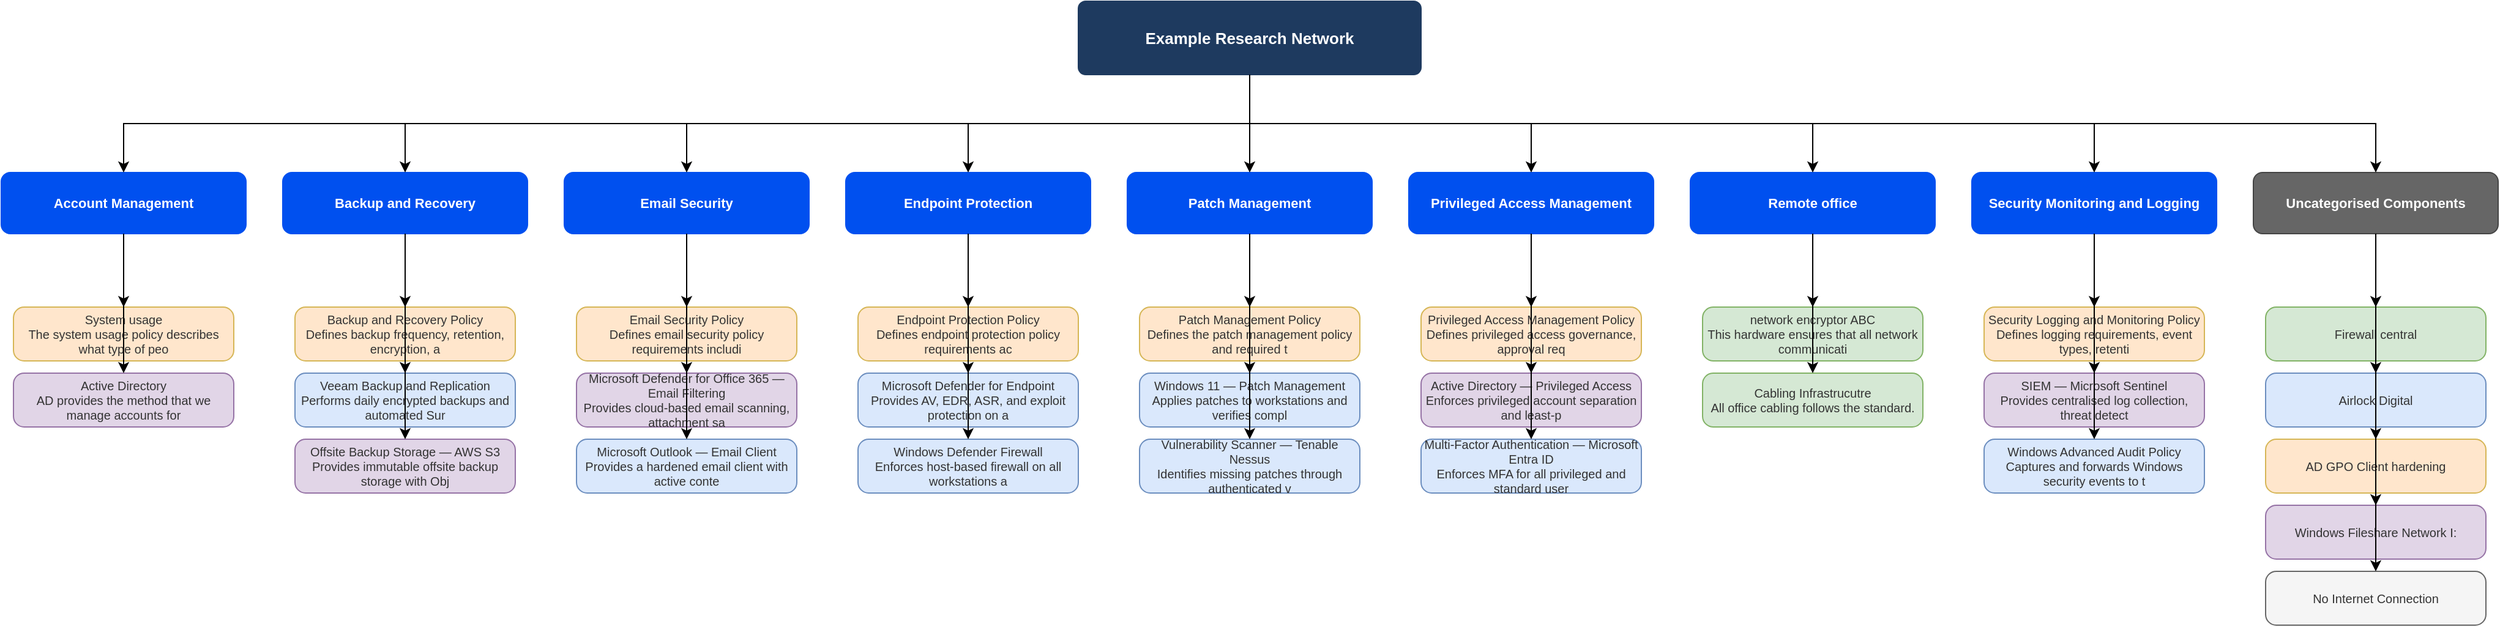
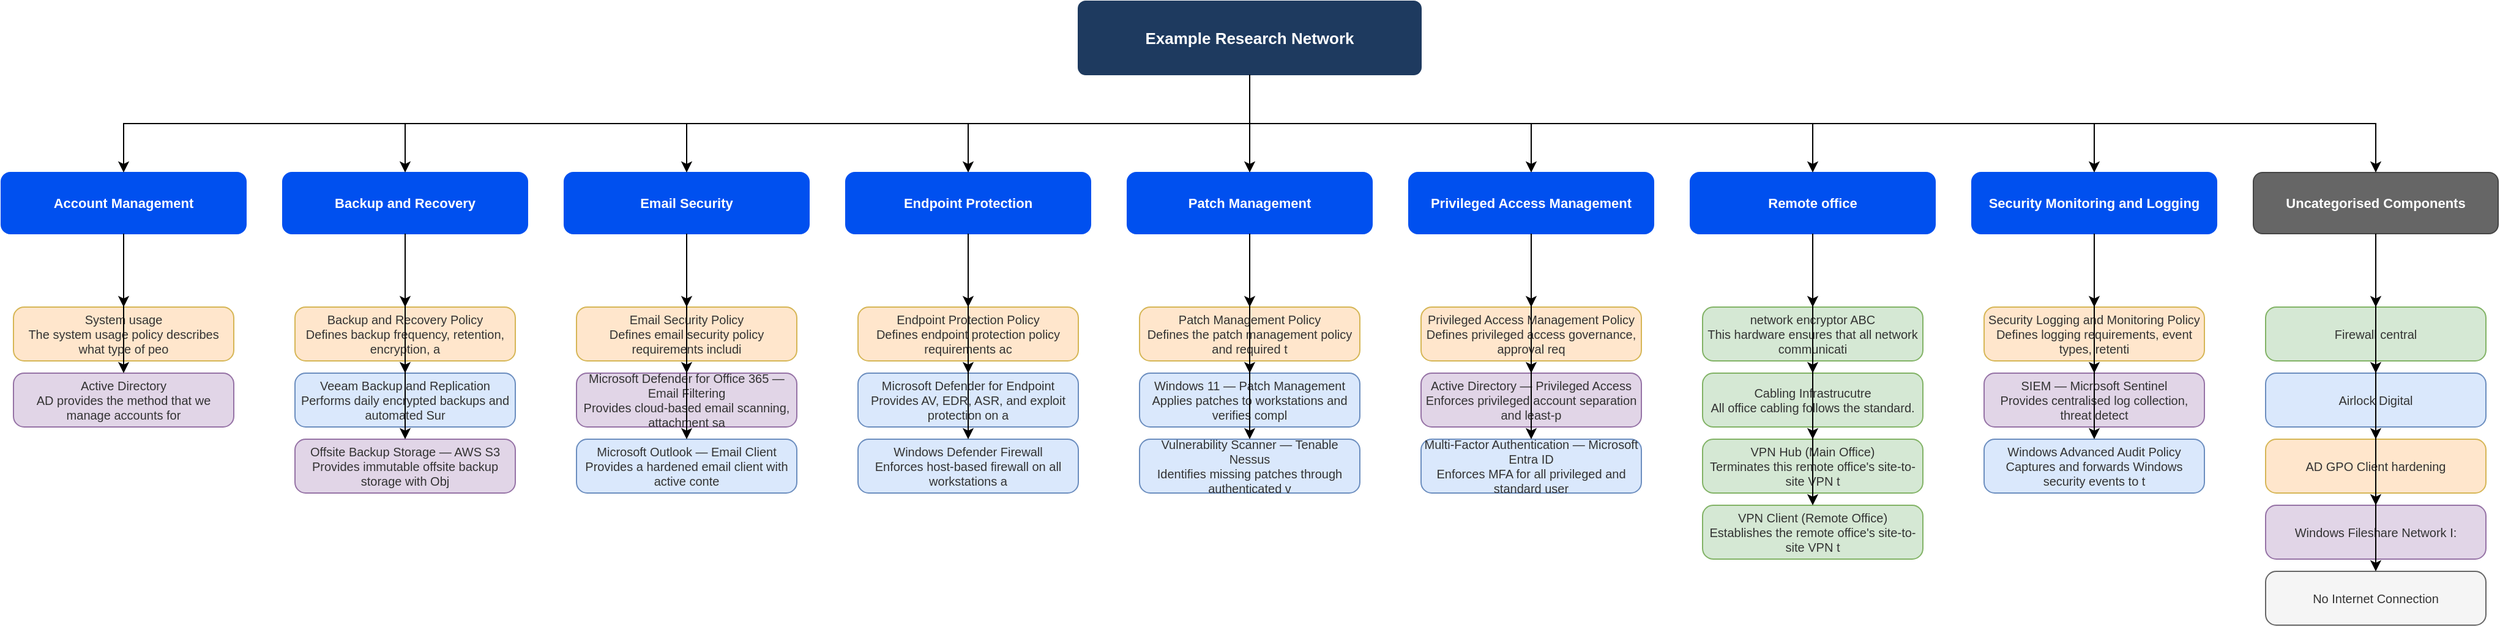
<mxGraphModel dx="1422" dy="762" grid="1" gridSize="10" guides="1" tooltips="1" connect="1" arrows="1" fold="1" page="1" pageScale="1" pageWidth="1169" pageHeight="827" math="0" shadow="0">
  <root>
    <mxCell id="0" />
    <mxCell id="1" parent="0" />
    <mxCell id="3" value="Example Research Network" style="rounded=1;whiteSpace=wrap;html=1;arcSize=10;fillColor=#1e3a5f;strokeColor=#1e3a5f;fontColor=#ffffff;fontSize=13;fontStyle=1;" vertex="1" parent="1">
      <mxGeometry x="920" y="40" width="280" height="60" as="geometry" />
    </mxCell>
    <mxCell id="4" value="Account Management" style="rounded=1;whiteSpace=wrap;html=1;arcSize=15;fillColor=#0050ef;strokeColor=#0050ef;fontColor=#ffffff;fontSize=11;fontStyle=1;" vertex="1" parent="1">
      <mxGeometry x="40" y="180" width="200" height="50" as="geometry" />
    </mxCell>
    <mxCell id="5" value="" style="edgeStyle=orthogonalEdgeStyle;rounded=0;orthogonalLoop=1;jettySize=auto;exitX=0.5;exitY=1;exitDx=0;exitDy=0;entryX=0.5;entryY=0;entryDx=0;entryDy=0;" edge="1" source="3" target="4" parent="1">
      <mxGeometry relative="1" as="geometry" />
    </mxCell>
    <mxCell id="6" value="System usage&#10;The system usage policy describes what type of peo" style="fillColor=#FFE6CC;strokeColor=#d6b656;fontColor=#333333;rounded=1;whiteSpace=wrap;html=1;arcSize=20;fontSize=10;" vertex="1" parent="1">
      <mxGeometry x="50" y="290" width="180" height="44" as="geometry" />
    </mxCell>
    <mxCell id="7" value="" style="edgeStyle=orthogonalEdgeStyle;rounded=0;orthogonalLoop=1;jettySize=auto;exitX=0.5;exitY=1;exitDx=0;exitDy=0;entryX=0.5;entryY=0;entryDx=0;entryDy=0;" edge="1" source="4" target="6" parent="1">
      <mxGeometry relative="1" as="geometry" />
    </mxCell>
    <mxCell id="8" value="Active Directory&#10;AD provides the method that we manage accounts for" style="fillColor=#E1D5E7;strokeColor=#9673a6;fontColor=#333333;rounded=1;whiteSpace=wrap;html=1;arcSize=20;fontSize=10;" vertex="1" parent="1">
      <mxGeometry x="50" y="344" width="180" height="44" as="geometry" />
    </mxCell>
    <mxCell id="9" value="" style="edgeStyle=orthogonalEdgeStyle;rounded=0;orthogonalLoop=1;jettySize=auto;exitX=0.5;exitY=1;exitDx=0;exitDy=0;entryX=0.5;entryY=0;entryDx=0;entryDy=0;" edge="1" source="4" target="8" parent="1">
      <mxGeometry relative="1" as="geometry" />
    </mxCell>
    <mxCell id="10" value="Backup and Recovery" style="rounded=1;whiteSpace=wrap;html=1;arcSize=15;fillColor=#0050ef;strokeColor=#0050ef;fontColor=#ffffff;fontSize=11;fontStyle=1;" vertex="1" parent="1">
      <mxGeometry x="270" y="180" width="200" height="50" as="geometry" />
    </mxCell>
    <mxCell id="11" value="" style="edgeStyle=orthogonalEdgeStyle;rounded=0;orthogonalLoop=1;jettySize=auto;exitX=0.5;exitY=1;exitDx=0;exitDy=0;entryX=0.5;entryY=0;entryDx=0;entryDy=0;" edge="1" source="3" target="10" parent="1">
      <mxGeometry relative="1" as="geometry" />
    </mxCell>
    <mxCell id="12" value="Backup and Recovery Policy&#10;Defines backup frequency, retention, encryption, a" style="fillColor=#FFE6CC;strokeColor=#d6b656;fontColor=#333333;rounded=1;whiteSpace=wrap;html=1;arcSize=20;fontSize=10;" vertex="1" parent="1">
      <mxGeometry x="280" y="290" width="180" height="44" as="geometry" />
    </mxCell>
    <mxCell id="13" value="" style="edgeStyle=orthogonalEdgeStyle;rounded=0;orthogonalLoop=1;jettySize=auto;exitX=0.5;exitY=1;exitDx=0;exitDy=0;entryX=0.5;entryY=0;entryDx=0;entryDy=0;" edge="1" source="10" target="12" parent="1">
      <mxGeometry relative="1" as="geometry" />
    </mxCell>
    <mxCell id="14" value="Veeam Backup and Replication&#10;Performs daily encrypted backups and automated Sur" style="fillColor=#DAE8FC;strokeColor=#6c8ebf;fontColor=#333333;rounded=1;whiteSpace=wrap;html=1;arcSize=20;fontSize=10;" vertex="1" parent="1">
      <mxGeometry x="280" y="344" width="180" height="44" as="geometry" />
    </mxCell>
    <mxCell id="15" value="" style="edgeStyle=orthogonalEdgeStyle;rounded=0;orthogonalLoop=1;jettySize=auto;exitX=0.5;exitY=1;exitDx=0;exitDy=0;entryX=0.5;entryY=0;entryDx=0;entryDy=0;" edge="1" source="10" target="14" parent="1">
      <mxGeometry relative="1" as="geometry" />
    </mxCell>
    <mxCell id="16" value="Offsite Backup Storage — AWS S3&#10;Provides immutable offsite backup storage with Obj" style="fillColor=#E1D5E7;strokeColor=#9673a6;fontColor=#333333;rounded=1;whiteSpace=wrap;html=1;arcSize=20;fontSize=10;" vertex="1" parent="1">
      <mxGeometry x="280" y="398" width="180" height="44" as="geometry" />
    </mxCell>
    <mxCell id="17" value="" style="edgeStyle=orthogonalEdgeStyle;rounded=0;orthogonalLoop=1;jettySize=auto;exitX=0.5;exitY=1;exitDx=0;exitDy=0;entryX=0.5;entryY=0;entryDx=0;entryDy=0;" edge="1" source="10" target="16" parent="1">
      <mxGeometry relative="1" as="geometry" />
    </mxCell>
    <mxCell id="18" value="Email Security" style="rounded=1;whiteSpace=wrap;html=1;arcSize=15;fillColor=#0050ef;strokeColor=#0050ef;fontColor=#ffffff;fontSize=11;fontStyle=1;" vertex="1" parent="1">
      <mxGeometry x="500" y="180" width="200" height="50" as="geometry" />
    </mxCell>
    <mxCell id="19" value="" style="edgeStyle=orthogonalEdgeStyle;rounded=0;orthogonalLoop=1;jettySize=auto;exitX=0.5;exitY=1;exitDx=0;exitDy=0;entryX=0.5;entryY=0;entryDx=0;entryDy=0;" edge="1" source="3" target="18" parent="1">
      <mxGeometry relative="1" as="geometry" />
    </mxCell>
    <mxCell id="20" value="Email Security Policy&#10;Defines email security policy requirements includi" style="fillColor=#FFE6CC;strokeColor=#d6b656;fontColor=#333333;rounded=1;whiteSpace=wrap;html=1;arcSize=20;fontSize=10;" vertex="1" parent="1">
      <mxGeometry x="510" y="290" width="180" height="44" as="geometry" />
    </mxCell>
    <mxCell id="21" value="" style="edgeStyle=orthogonalEdgeStyle;rounded=0;orthogonalLoop=1;jettySize=auto;exitX=0.5;exitY=1;exitDx=0;exitDy=0;entryX=0.5;entryY=0;entryDx=0;entryDy=0;" edge="1" source="18" target="20" parent="1">
      <mxGeometry relative="1" as="geometry" />
    </mxCell>
    <mxCell id="22" value="Microsoft Defender for Office 365 — Email Filtering&#10;Provides cloud-based email scanning, attachment sa" style="fillColor=#E1D5E7;strokeColor=#9673a6;fontColor=#333333;rounded=1;whiteSpace=wrap;html=1;arcSize=20;fontSize=10;" vertex="1" parent="1">
      <mxGeometry x="510" y="344" width="180" height="44" as="geometry" />
    </mxCell>
    <mxCell id="23" value="" style="edgeStyle=orthogonalEdgeStyle;rounded=0;orthogonalLoop=1;jettySize=auto;exitX=0.5;exitY=1;exitDx=0;exitDy=0;entryX=0.5;entryY=0;entryDx=0;entryDy=0;" edge="1" source="18" target="22" parent="1">
      <mxGeometry relative="1" as="geometry" />
    </mxCell>
    <mxCell id="24" value="Microsoft Outlook — Email Client&#10;Provides a hardened email client with active conte" style="fillColor=#DAE8FC;strokeColor=#6c8ebf;fontColor=#333333;rounded=1;whiteSpace=wrap;html=1;arcSize=20;fontSize=10;" vertex="1" parent="1">
      <mxGeometry x="510" y="398" width="180" height="44" as="geometry" />
    </mxCell>
    <mxCell id="25" value="" style="edgeStyle=orthogonalEdgeStyle;rounded=0;orthogonalLoop=1;jettySize=auto;exitX=0.5;exitY=1;exitDx=0;exitDy=0;entryX=0.5;entryY=0;entryDx=0;entryDy=0;" edge="1" source="18" target="24" parent="1">
      <mxGeometry relative="1" as="geometry" />
    </mxCell>
    <mxCell id="26" value="Endpoint Protection" style="rounded=1;whiteSpace=wrap;html=1;arcSize=15;fillColor=#0050ef;strokeColor=#0050ef;fontColor=#ffffff;fontSize=11;fontStyle=1;" vertex="1" parent="1">
      <mxGeometry x="730" y="180" width="200" height="50" as="geometry" />
    </mxCell>
    <mxCell id="27" value="" style="edgeStyle=orthogonalEdgeStyle;rounded=0;orthogonalLoop=1;jettySize=auto;exitX=0.5;exitY=1;exitDx=0;exitDy=0;entryX=0.5;entryY=0;entryDx=0;entryDy=0;" edge="1" source="3" target="26" parent="1">
      <mxGeometry relative="1" as="geometry" />
    </mxCell>
    <mxCell id="28" value="Endpoint Protection Policy&#10;Defines endpoint protection policy requirements ac" style="fillColor=#FFE6CC;strokeColor=#d6b656;fontColor=#333333;rounded=1;whiteSpace=wrap;html=1;arcSize=20;fontSize=10;" vertex="1" parent="1">
      <mxGeometry x="740" y="290" width="180" height="44" as="geometry" />
    </mxCell>
    <mxCell id="29" value="" style="edgeStyle=orthogonalEdgeStyle;rounded=0;orthogonalLoop=1;jettySize=auto;exitX=0.5;exitY=1;exitDx=0;exitDy=0;entryX=0.5;entryY=0;entryDx=0;entryDy=0;" edge="1" source="26" target="28" parent="1">
      <mxGeometry relative="1" as="geometry" />
    </mxCell>
    <mxCell id="30" value="Microsoft Defender for Endpoint&#10;Provides AV, EDR, ASR, and exploit protection on a" style="fillColor=#DAE8FC;strokeColor=#6c8ebf;fontColor=#333333;rounded=1;whiteSpace=wrap;html=1;arcSize=20;fontSize=10;" vertex="1" parent="1">
      <mxGeometry x="740" y="344" width="180" height="44" as="geometry" />
    </mxCell>
    <mxCell id="31" value="" style="edgeStyle=orthogonalEdgeStyle;rounded=0;orthogonalLoop=1;jettySize=auto;exitX=0.5;exitY=1;exitDx=0;exitDy=0;entryX=0.5;entryY=0;entryDx=0;entryDy=0;" edge="1" source="26" target="30" parent="1">
      <mxGeometry relative="1" as="geometry" />
    </mxCell>
    <mxCell id="32" value="Windows Defender Firewall&#10;Enforces host-based firewall on all workstations a" style="fillColor=#DAE8FC;strokeColor=#6c8ebf;fontColor=#333333;rounded=1;whiteSpace=wrap;html=1;arcSize=20;fontSize=10;" vertex="1" parent="1">
      <mxGeometry x="740" y="398" width="180" height="44" as="geometry" />
    </mxCell>
    <mxCell id="33" value="" style="edgeStyle=orthogonalEdgeStyle;rounded=0;orthogonalLoop=1;jettySize=auto;exitX=0.5;exitY=1;exitDx=0;exitDy=0;entryX=0.5;entryY=0;entryDx=0;entryDy=0;" edge="1" source="26" target="32" parent="1">
      <mxGeometry relative="1" as="geometry" />
    </mxCell>
    <mxCell id="34" value="Patch Management" style="rounded=1;whiteSpace=wrap;html=1;arcSize=15;fillColor=#0050ef;strokeColor=#0050ef;fontColor=#ffffff;fontSize=11;fontStyle=1;" vertex="1" parent="1">
      <mxGeometry x="960" y="180" width="200" height="50" as="geometry" />
    </mxCell>
    <mxCell id="35" value="" style="edgeStyle=orthogonalEdgeStyle;rounded=0;orthogonalLoop=1;jettySize=auto;exitX=0.5;exitY=1;exitDx=0;exitDy=0;entryX=0.5;entryY=0;entryDx=0;entryDy=0;" edge="1" source="3" target="34" parent="1">
      <mxGeometry relative="1" as="geometry" />
    </mxCell>
    <mxCell id="36" value="Patch Management Policy&#10;Defines the patch management policy and required t" style="fillColor=#FFE6CC;strokeColor=#d6b656;fontColor=#333333;rounded=1;whiteSpace=wrap;html=1;arcSize=20;fontSize=10;" vertex="1" parent="1">
      <mxGeometry x="970" y="290" width="180" height="44" as="geometry" />
    </mxCell>
    <mxCell id="37" value="" style="edgeStyle=orthogonalEdgeStyle;rounded=0;orthogonalLoop=1;jettySize=auto;exitX=0.5;exitY=1;exitDx=0;exitDy=0;entryX=0.5;entryY=0;entryDx=0;entryDy=0;" edge="1" source="34" target="36" parent="1">
      <mxGeometry relative="1" as="geometry" />
    </mxCell>
    <mxCell id="38" value="Windows 11 — Patch Management&#10;Applies patches to workstations and verifies compl" style="fillColor=#DAE8FC;strokeColor=#6c8ebf;fontColor=#333333;rounded=1;whiteSpace=wrap;html=1;arcSize=20;fontSize=10;" vertex="1" parent="1">
      <mxGeometry x="970" y="344" width="180" height="44" as="geometry" />
    </mxCell>
    <mxCell id="39" value="" style="edgeStyle=orthogonalEdgeStyle;rounded=0;orthogonalLoop=1;jettySize=auto;exitX=0.5;exitY=1;exitDx=0;exitDy=0;entryX=0.5;entryY=0;entryDx=0;entryDy=0;" edge="1" source="34" target="38" parent="1">
      <mxGeometry relative="1" as="geometry" />
    </mxCell>
    <mxCell id="40" value="Vulnerability Scanner — Tenable Nessus&#10;Identifies missing patches through authenticated v" style="fillColor=#DAE8FC;strokeColor=#6c8ebf;fontColor=#333333;rounded=1;whiteSpace=wrap;html=1;arcSize=20;fontSize=10;" vertex="1" parent="1">
      <mxGeometry x="970" y="398" width="180" height="44" as="geometry" />
    </mxCell>
    <mxCell id="41" value="" style="edgeStyle=orthogonalEdgeStyle;rounded=0;orthogonalLoop=1;jettySize=auto;exitX=0.5;exitY=1;exitDx=0;exitDy=0;entryX=0.5;entryY=0;entryDx=0;entryDy=0;" edge="1" source="34" target="40" parent="1">
      <mxGeometry relative="1" as="geometry" />
    </mxCell>
    <mxCell id="42" value="Privileged Access Management" style="rounded=1;whiteSpace=wrap;html=1;arcSize=15;fillColor=#0050ef;strokeColor=#0050ef;fontColor=#ffffff;fontSize=11;fontStyle=1;" vertex="1" parent="1">
      <mxGeometry x="1190" y="180" width="200" height="50" as="geometry" />
    </mxCell>
    <mxCell id="43" value="" style="edgeStyle=orthogonalEdgeStyle;rounded=0;orthogonalLoop=1;jettySize=auto;exitX=0.5;exitY=1;exitDx=0;exitDy=0;entryX=0.5;entryY=0;entryDx=0;entryDy=0;" edge="1" source="3" target="42" parent="1">
      <mxGeometry relative="1" as="geometry" />
    </mxCell>
    <mxCell id="44" value="Privileged Access Management Policy&#10;Defines privileged access governance, approval req" style="fillColor=#FFE6CC;strokeColor=#d6b656;fontColor=#333333;rounded=1;whiteSpace=wrap;html=1;arcSize=20;fontSize=10;" vertex="1" parent="1">
      <mxGeometry x="1200" y="290" width="180" height="44" as="geometry" />
    </mxCell>
    <mxCell id="45" value="" style="edgeStyle=orthogonalEdgeStyle;rounded=0;orthogonalLoop=1;jettySize=auto;exitX=0.5;exitY=1;exitDx=0;exitDy=0;entryX=0.5;entryY=0;entryDx=0;entryDy=0;" edge="1" source="42" target="44" parent="1">
      <mxGeometry relative="1" as="geometry" />
    </mxCell>
    <mxCell id="46" value="Active Directory — Privileged Access&#10;Enforces privileged account separation and least-p" style="fillColor=#E1D5E7;strokeColor=#9673a6;fontColor=#333333;rounded=1;whiteSpace=wrap;html=1;arcSize=20;fontSize=10;" vertex="1" parent="1">
      <mxGeometry x="1200" y="344" width="180" height="44" as="geometry" />
    </mxCell>
    <mxCell id="47" value="" style="edgeStyle=orthogonalEdgeStyle;rounded=0;orthogonalLoop=1;jettySize=auto;exitX=0.5;exitY=1;exitDx=0;exitDy=0;entryX=0.5;entryY=0;entryDx=0;entryDy=0;" edge="1" source="42" target="46" parent="1">
      <mxGeometry relative="1" as="geometry" />
    </mxCell>
    <mxCell id="48" value="Multi-Factor Authentication — Microsoft Entra ID&#10;Enforces MFA for all privileged and standard user " style="fillColor=#DAE8FC;strokeColor=#6c8ebf;fontColor=#333333;rounded=1;whiteSpace=wrap;html=1;arcSize=20;fontSize=10;" vertex="1" parent="1">
      <mxGeometry x="1200" y="398" width="180" height="44" as="geometry" />
    </mxCell>
    <mxCell id="49" value="" style="edgeStyle=orthogonalEdgeStyle;rounded=0;orthogonalLoop=1;jettySize=auto;exitX=0.5;exitY=1;exitDx=0;exitDy=0;entryX=0.5;entryY=0;entryDx=0;entryDy=0;" edge="1" source="42" target="48" parent="1">
      <mxGeometry relative="1" as="geometry" />
    </mxCell>
    <mxCell id="50" value="Remote office" style="rounded=1;whiteSpace=wrap;html=1;arcSize=15;fillColor=#0050ef;strokeColor=#0050ef;fontColor=#ffffff;fontSize=11;fontStyle=1;" vertex="1" parent="1">
      <mxGeometry x="1420" y="180" width="200" height="50" as="geometry" />
    </mxCell>
    <mxCell id="51" value="" style="edgeStyle=orthogonalEdgeStyle;rounded=0;orthogonalLoop=1;jettySize=auto;exitX=0.5;exitY=1;exitDx=0;exitDy=0;entryX=0.5;entryY=0;entryDx=0;entryDy=0;" edge="1" source="3" target="50" parent="1">
      <mxGeometry relative="1" as="geometry" />
    </mxCell>
    <mxCell id="52" value="network encryptor ABC&#10;This hardware ensures that all network communicati" style="fillColor=#D5E8D4;strokeColor=#82b366;fontColor=#333333;rounded=1;whiteSpace=wrap;html=1;arcSize=20;fontSize=10;" vertex="1" parent="1">
      <mxGeometry x="1430" y="290" width="180" height="44" as="geometry" />
    </mxCell>
    <mxCell id="53" value="" style="edgeStyle=orthogonalEdgeStyle;rounded=0;orthogonalLoop=1;jettySize=auto;exitX=0.5;exitY=1;exitDx=0;exitDy=0;entryX=0.5;entryY=0;entryDx=0;entryDy=0;" edge="1" source="50" target="52" parent="1">
      <mxGeometry relative="1" as="geometry" />
    </mxCell>
    <mxCell id="54" value="Cabling Infrastrucutre&#10;All office cabling follows the standard." style="fillColor=#D5E8D4;strokeColor=#82b366;fontColor=#333333;rounded=1;whiteSpace=wrap;html=1;arcSize=20;fontSize=10;" vertex="1" parent="1">
      <mxGeometry x="1430" y="344" width="180" height="44" as="geometry" />
    </mxCell>
    <mxCell id="55" value="" style="edgeStyle=orthogonalEdgeStyle;rounded=0;orthogonalLoop=1;jettySize=auto;exitX=0.5;exitY=1;exitDx=0;exitDy=0;entryX=0.5;entryY=0;entryDx=0;entryDy=0;" edge="1" source="50" target="54" parent="1">
      <mxGeometry relative="1" as="geometry" />
    </mxCell>
-     <mxCell id="56" value="Security Monitoring and Logging" style="rounded=1;whiteSpace=wrap;html=1;arcSize=15;fillColor=#0050ef;strokeColor=#0050ef;fontColor=#ffffff;fontSize=11;fontStyle=1;" vertex="1" parent="1">
+     <mxCell id="56" value="VPN Hub (Main Office)&#10;Terminates this remote office's site-to-site VPN t" style="fillColor=#D5E8D4;strokeColor=#82b366;fontColor=#333333;rounded=1;whiteSpace=wrap;html=1;arcSize=20;fontSize=10;" vertex="1" parent="1">
+       <mxGeometry x="1430" y="398" width="180" height="44" as="geometry" />
+     </mxCell>
+     <mxCell id="57" value="" style="edgeStyle=orthogonalEdgeStyle;rounded=0;orthogonalLoop=1;jettySize=auto;exitX=0.5;exitY=1;exitDx=0;exitDy=0;entryX=0.5;entryY=0;entryDx=0;entryDy=0;" edge="1" source="50" target="56" parent="1">
+       <mxGeometry relative="1" as="geometry" />
+     </mxCell>
+     <mxCell id="58" value="VPN Client (Remote Office)&#10;Establishes the remote office's site-to-site VPN t" style="fillColor=#D5E8D4;strokeColor=#82b366;fontColor=#333333;rounded=1;whiteSpace=wrap;html=1;arcSize=20;fontSize=10;" vertex="1" parent="1">
+       <mxGeometry x="1430" y="452" width="180" height="44" as="geometry" />
+     </mxCell>
+     <mxCell id="59" value="" style="edgeStyle=orthogonalEdgeStyle;rounded=0;orthogonalLoop=1;jettySize=auto;exitX=0.5;exitY=1;exitDx=0;exitDy=0;entryX=0.5;entryY=0;entryDx=0;entryDy=0;" edge="1" source="50" target="58" parent="1">
+       <mxGeometry relative="1" as="geometry" />
+     </mxCell>
+     <mxCell id="60" value="Security Monitoring and Logging" style="rounded=1;whiteSpace=wrap;html=1;arcSize=15;fillColor=#0050ef;strokeColor=#0050ef;fontColor=#ffffff;fontSize=11;fontStyle=1;" vertex="1" parent="1">
      <mxGeometry x="1650" y="180" width="200" height="50" as="geometry" />
    </mxCell>
-     <mxCell id="57" value="" style="edgeStyle=orthogonalEdgeStyle;rounded=0;orthogonalLoop=1;jettySize=auto;exitX=0.5;exitY=1;exitDx=0;exitDy=0;entryX=0.5;entryY=0;entryDx=0;entryDy=0;" edge="1" source="3" target="56" parent="1">
-       <mxGeometry relative="1" as="geometry" />
-     </mxCell>
-     <mxCell id="58" value="Security Logging and Monitoring Policy&#10;Defines logging requirements, event types, retenti" style="fillColor=#FFE6CC;strokeColor=#d6b656;fontColor=#333333;rounded=1;whiteSpace=wrap;html=1;arcSize=20;fontSize=10;" vertex="1" parent="1">
+     <mxCell id="61" value="" style="edgeStyle=orthogonalEdgeStyle;rounded=0;orthogonalLoop=1;jettySize=auto;exitX=0.5;exitY=1;exitDx=0;exitDy=0;entryX=0.5;entryY=0;entryDx=0;entryDy=0;" edge="1" source="3" target="60" parent="1">
+       <mxGeometry relative="1" as="geometry" />
+     </mxCell>
+     <mxCell id="62" value="Security Logging and Monitoring Policy&#10;Defines logging requirements, event types, retenti" style="fillColor=#FFE6CC;strokeColor=#d6b656;fontColor=#333333;rounded=1;whiteSpace=wrap;html=1;arcSize=20;fontSize=10;" vertex="1" parent="1">
      <mxGeometry x="1660" y="290" width="180" height="44" as="geometry" />
    </mxCell>
-     <mxCell id="59" value="" style="edgeStyle=orthogonalEdgeStyle;rounded=0;orthogonalLoop=1;jettySize=auto;exitX=0.5;exitY=1;exitDx=0;exitDy=0;entryX=0.5;entryY=0;entryDx=0;entryDy=0;" edge="1" source="56" target="58" parent="1">
-       <mxGeometry relative="1" as="geometry" />
-     </mxCell>
-     <mxCell id="60" value="SIEM — Microsoft Sentinel&#10;Provides centralised log collection, threat detect" style="fillColor=#E1D5E7;strokeColor=#9673a6;fontColor=#333333;rounded=1;whiteSpace=wrap;html=1;arcSize=20;fontSize=10;" vertex="1" parent="1">
+     <mxCell id="63" value="" style="edgeStyle=orthogonalEdgeStyle;rounded=0;orthogonalLoop=1;jettySize=auto;exitX=0.5;exitY=1;exitDx=0;exitDy=0;entryX=0.5;entryY=0;entryDx=0;entryDy=0;" edge="1" source="60" target="62" parent="1">
+       <mxGeometry relative="1" as="geometry" />
+     </mxCell>
+     <mxCell id="64" value="SIEM — Microsoft Sentinel&#10;Provides centralised log collection, threat detect" style="fillColor=#E1D5E7;strokeColor=#9673a6;fontColor=#333333;rounded=1;whiteSpace=wrap;html=1;arcSize=20;fontSize=10;" vertex="1" parent="1">
      <mxGeometry x="1660" y="344" width="180" height="44" as="geometry" />
    </mxCell>
-     <mxCell id="61" value="" style="edgeStyle=orthogonalEdgeStyle;rounded=0;orthogonalLoop=1;jettySize=auto;exitX=0.5;exitY=1;exitDx=0;exitDy=0;entryX=0.5;entryY=0;entryDx=0;entryDy=0;" edge="1" source="56" target="60" parent="1">
-       <mxGeometry relative="1" as="geometry" />
-     </mxCell>
-     <mxCell id="62" value="Windows Advanced Audit Policy&#10;Captures and forwards Windows security events to t" style="fillColor=#DAE8FC;strokeColor=#6c8ebf;fontColor=#333333;rounded=1;whiteSpace=wrap;html=1;arcSize=20;fontSize=10;" vertex="1" parent="1">
+     <mxCell id="65" value="" style="edgeStyle=orthogonalEdgeStyle;rounded=0;orthogonalLoop=1;jettySize=auto;exitX=0.5;exitY=1;exitDx=0;exitDy=0;entryX=0.5;entryY=0;entryDx=0;entryDy=0;" edge="1" source="60" target="64" parent="1">
+       <mxGeometry relative="1" as="geometry" />
+     </mxCell>
+     <mxCell id="66" value="Windows Advanced Audit Policy&#10;Captures and forwards Windows security events to t" style="fillColor=#DAE8FC;strokeColor=#6c8ebf;fontColor=#333333;rounded=1;whiteSpace=wrap;html=1;arcSize=20;fontSize=10;" vertex="1" parent="1">
      <mxGeometry x="1660" y="398" width="180" height="44" as="geometry" />
    </mxCell>
-     <mxCell id="63" value="" style="edgeStyle=orthogonalEdgeStyle;rounded=0;orthogonalLoop=1;jettySize=auto;exitX=0.5;exitY=1;exitDx=0;exitDy=0;entryX=0.5;entryY=0;entryDx=0;entryDy=0;" edge="1" source="56" target="62" parent="1">
-       <mxGeometry relative="1" as="geometry" />
-     </mxCell>
-     <mxCell id="64" value="Uncategorised Components" style="rounded=1;whiteSpace=wrap;html=1;arcSize=15;fillColor=#666666;strokeColor=#444444;fontColor=#ffffff;fontSize=11;fontStyle=1;" vertex="1" parent="1">
+     <mxCell id="67" value="" style="edgeStyle=orthogonalEdgeStyle;rounded=0;orthogonalLoop=1;jettySize=auto;exitX=0.5;exitY=1;exitDx=0;exitDy=0;entryX=0.5;entryY=0;entryDx=0;entryDy=0;" edge="1" source="60" target="66" parent="1">
+       <mxGeometry relative="1" as="geometry" />
+     </mxCell>
+     <mxCell id="68" value="Uncategorised Components" style="rounded=1;whiteSpace=wrap;html=1;arcSize=15;fillColor=#666666;strokeColor=#444444;fontColor=#ffffff;fontSize=11;fontStyle=1;" vertex="1" parent="1">
      <mxGeometry x="1880" y="180" width="200" height="50" as="geometry" />
    </mxCell>
-     <mxCell id="65" value="" style="edgeStyle=orthogonalEdgeStyle;rounded=0;orthogonalLoop=1;jettySize=auto;exitX=0.5;exitY=1;exitDx=0;exitDy=0;entryX=0.5;entryY=0;entryDx=0;entryDy=0;" edge="1" source="3" target="64" parent="1">
-       <mxGeometry relative="1" as="geometry" />
-     </mxCell>
-     <mxCell id="66" value="Firewall central" style="fillColor=#D5E8D4;strokeColor=#82b366;fontColor=#333333;rounded=1;whiteSpace=wrap;html=1;arcSize=20;fontSize=10;" vertex="1" parent="1">
+     <mxCell id="69" value="" style="edgeStyle=orthogonalEdgeStyle;rounded=0;orthogonalLoop=1;jettySize=auto;exitX=0.5;exitY=1;exitDx=0;exitDy=0;entryX=0.5;entryY=0;entryDx=0;entryDy=0;" edge="1" source="3" target="68" parent="1">
+       <mxGeometry relative="1" as="geometry" />
+     </mxCell>
+     <mxCell id="70" value="Firewall central" style="fillColor=#D5E8D4;strokeColor=#82b366;fontColor=#333333;rounded=1;whiteSpace=wrap;html=1;arcSize=20;fontSize=10;" vertex="1" parent="1">
      <mxGeometry x="1890" y="290" width="180" height="44" as="geometry" />
    </mxCell>
-     <mxCell id="67" value="" style="edgeStyle=orthogonalEdgeStyle;rounded=0;orthogonalLoop=1;jettySize=auto;exitX=0.5;exitY=1;exitDx=0;exitDy=0;entryX=0.5;entryY=0;entryDx=0;entryDy=0;" edge="1" source="64" target="66" parent="1">
-       <mxGeometry relative="1" as="geometry" />
-     </mxCell>
-     <mxCell id="68" value="Airlock Digital" style="fillColor=#DAE8FC;strokeColor=#6c8ebf;fontColor=#333333;rounded=1;whiteSpace=wrap;html=1;arcSize=20;fontSize=10;" vertex="1" parent="1">
+     <mxCell id="71" value="" style="edgeStyle=orthogonalEdgeStyle;rounded=0;orthogonalLoop=1;jettySize=auto;exitX=0.5;exitY=1;exitDx=0;exitDy=0;entryX=0.5;entryY=0;entryDx=0;entryDy=0;" edge="1" source="68" target="70" parent="1">
+       <mxGeometry relative="1" as="geometry" />
+     </mxCell>
+     <mxCell id="72" value="Airlock Digital" style="fillColor=#DAE8FC;strokeColor=#6c8ebf;fontColor=#333333;rounded=1;whiteSpace=wrap;html=1;arcSize=20;fontSize=10;" vertex="1" parent="1">
      <mxGeometry x="1890" y="344" width="180" height="44" as="geometry" />
    </mxCell>
-     <mxCell id="69" value="" style="edgeStyle=orthogonalEdgeStyle;rounded=0;orthogonalLoop=1;jettySize=auto;exitX=0.5;exitY=1;exitDx=0;exitDy=0;entryX=0.5;entryY=0;entryDx=0;entryDy=0;" edge="1" source="64" target="68" parent="1">
-       <mxGeometry relative="1" as="geometry" />
-     </mxCell>
-     <mxCell id="70" value="AD GPO Client hardening" style="fillColor=#FFE6CC;strokeColor=#d6b656;fontColor=#333333;rounded=1;whiteSpace=wrap;html=1;arcSize=20;fontSize=10;" vertex="1" parent="1">
+     <mxCell id="73" value="" style="edgeStyle=orthogonalEdgeStyle;rounded=0;orthogonalLoop=1;jettySize=auto;exitX=0.5;exitY=1;exitDx=0;exitDy=0;entryX=0.5;entryY=0;entryDx=0;entryDy=0;" edge="1" source="68" target="72" parent="1">
+       <mxGeometry relative="1" as="geometry" />
+     </mxCell>
+     <mxCell id="74" value="AD GPO Client hardening" style="fillColor=#FFE6CC;strokeColor=#d6b656;fontColor=#333333;rounded=1;whiteSpace=wrap;html=1;arcSize=20;fontSize=10;" vertex="1" parent="1">
      <mxGeometry x="1890" y="398" width="180" height="44" as="geometry" />
    </mxCell>
-     <mxCell id="71" value="" style="edgeStyle=orthogonalEdgeStyle;rounded=0;orthogonalLoop=1;jettySize=auto;exitX=0.5;exitY=1;exitDx=0;exitDy=0;entryX=0.5;entryY=0;entryDx=0;entryDy=0;" edge="1" source="64" target="70" parent="1">
-       <mxGeometry relative="1" as="geometry" />
-     </mxCell>
-     <mxCell id="72" value="Windows Fileshare Network I:" style="fillColor=#E1D5E7;strokeColor=#9673a6;fontColor=#333333;rounded=1;whiteSpace=wrap;html=1;arcSize=20;fontSize=10;" vertex="1" parent="1">
+     <mxCell id="75" value="" style="edgeStyle=orthogonalEdgeStyle;rounded=0;orthogonalLoop=1;jettySize=auto;exitX=0.5;exitY=1;exitDx=0;exitDy=0;entryX=0.5;entryY=0;entryDx=0;entryDy=0;" edge="1" source="68" target="74" parent="1">
+       <mxGeometry relative="1" as="geometry" />
+     </mxCell>
+     <mxCell id="76" value="Windows Fileshare Network I:" style="fillColor=#E1D5E7;strokeColor=#9673a6;fontColor=#333333;rounded=1;whiteSpace=wrap;html=1;arcSize=20;fontSize=10;" vertex="1" parent="1">
      <mxGeometry x="1890" y="452" width="180" height="44" as="geometry" />
    </mxCell>
-     <mxCell id="73" value="" style="edgeStyle=orthogonalEdgeStyle;rounded=0;orthogonalLoop=1;jettySize=auto;exitX=0.5;exitY=1;exitDx=0;exitDy=0;entryX=0.5;entryY=0;entryDx=0;entryDy=0;" edge="1" source="64" target="72" parent="1">
-       <mxGeometry relative="1" as="geometry" />
-     </mxCell>
-     <mxCell id="74" value="No Internet Connection" style="fillColor=#f5f5f5;strokeColor=#666666;fontColor=#333333;rounded=1;whiteSpace=wrap;html=1;arcSize=20;fontSize=10;" vertex="1" parent="1">
+     <mxCell id="77" value="" style="edgeStyle=orthogonalEdgeStyle;rounded=0;orthogonalLoop=1;jettySize=auto;exitX=0.5;exitY=1;exitDx=0;exitDy=0;entryX=0.5;entryY=0;entryDx=0;entryDy=0;" edge="1" source="68" target="76" parent="1">
+       <mxGeometry relative="1" as="geometry" />
+     </mxCell>
+     <mxCell id="78" value="No Internet Connection" style="fillColor=#f5f5f5;strokeColor=#666666;fontColor=#333333;rounded=1;whiteSpace=wrap;html=1;arcSize=20;fontSize=10;" vertex="1" parent="1">
      <mxGeometry x="1890" y="506" width="180" height="44" as="geometry" />
    </mxCell>
-     <mxCell id="75" value="" style="edgeStyle=orthogonalEdgeStyle;rounded=0;orthogonalLoop=1;jettySize=auto;exitX=0.5;exitY=1;exitDx=0;exitDy=0;entryX=0.5;entryY=0;entryDx=0;entryDy=0;" edge="1" source="64" target="74" parent="1">
+     <mxCell id="79" value="" style="edgeStyle=orthogonalEdgeStyle;rounded=0;orthogonalLoop=1;jettySize=auto;exitX=0.5;exitY=1;exitDx=0;exitDy=0;entryX=0.5;entryY=0;entryDx=0;entryDy=0;" edge="1" source="68" target="78" parent="1">
      <mxGeometry relative="1" as="geometry" />
    </mxCell>
  </root>
</mxGraphModel>